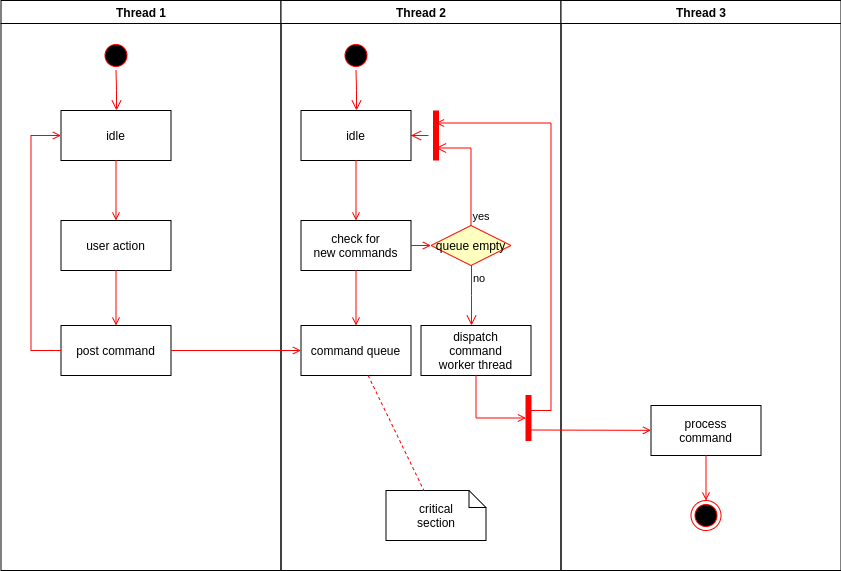
Above: Untitled Diagram.png in intererting/draw_io_backend (draw.io), before the change. Source tidied: cells renumbered, new cells last; positions are measured from the earlier drawing's top-left corner, leaving out a move shared by most shapes.
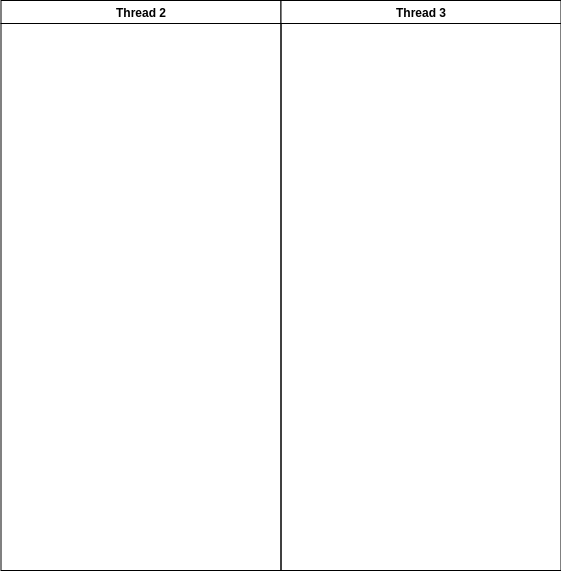
Above is the later version.

The edit, as a diff of the source:
```diff
@@ -2,129 +2,11 @@
   <root>
     <mxCell id="0" />
     <mxCell id="1" parent="0" />
-    <mxCell id="2" value="Thread 1" style="swimlane;whiteSpace=wrap;" parent="1" vertex="1">
-      <mxGeometry x="0.5" width="280" height="570" as="geometry" />
-    </mxCell>
-    <mxCell id="3" style="ellipse;shape=startState;fillColor=#000000;strokeColor=#ff0000;" parent="2" vertex="1">
-      <mxGeometry x="100" y="40" width="30" height="30" as="geometry" />
-    </mxCell>
-    <mxCell id="4" style="edgeStyle=elbowEdgeStyle;elbow=horizontal;verticalAlign=bottom;endArrow=open;endSize=8;strokeColor=#FF0000;endFill=1;rounded=0;" parent="2" edge="1" source="3" target="5">
-      <mxGeometry x="100" y="40" as="geometry" />
-    </mxCell>
-    <mxCell id="5" value="idle" parent="2" vertex="1">
-      <mxGeometry x="60" y="110" width="110" height="50" as="geometry" />
-    </mxCell>
-    <mxCell id="6" value="user action" parent="2" vertex="1">
-      <mxGeometry x="60" y="220" width="110" height="50" as="geometry" />
-    </mxCell>
-    <mxCell id="7" style="endArrow=open;strokeColor=#FF0000;endFill=1;rounded=0;" parent="2" edge="1" source="5" target="6">
-      <mxGeometry relative="1" as="geometry" />
-    </mxCell>
-    <mxCell id="8" value="post command" parent="2" vertex="1">
-      <mxGeometry x="60" y="325" width="110" height="50" as="geometry" />
-    </mxCell>
-    <mxCell id="9" style="endArrow=open;strokeColor=#FF0000;endFill=1;rounded=0;" parent="2" edge="1" source="6" target="8">
-      <mxGeometry relative="1" as="geometry" />
-    </mxCell>
-    <mxCell id="10" style="edgeStyle=elbowEdgeStyle;elbow=horizontal;strokeColor=#FF0000;endArrow=open;endFill=1;rounded=0;" parent="2" edge="1" source="8" target="5">
-      <mxGeometry relative="1" as="geometry">
-        <Array as="points">
-          <mxPoint x="30" y="250" />
-        </Array>
-      </mxGeometry>
-    </mxCell>
     <mxCell id="11" value="Thread 2" style="swimlane;whiteSpace=wrap;" parent="1" vertex="1">
       <mxGeometry x="280.5" width="280" height="570" as="geometry" />
     </mxCell>
-    <mxCell id="12" style="ellipse;shape=startState;fillColor=#000000;strokeColor=#ff0000;" parent="11" vertex="1">
-      <mxGeometry x="60" y="40" width="30" height="30" as="geometry" />
-    </mxCell>
-    <mxCell id="13" style="edgeStyle=elbowEdgeStyle;elbow=horizontal;verticalAlign=bottom;endArrow=open;endSize=8;strokeColor=#FF0000;endFill=1;rounded=0;" parent="11" edge="1" source="12" target="14">
-      <mxGeometry x="40" y="20" as="geometry" />
-    </mxCell>
-    <mxCell id="14" value="idle" parent="11" vertex="1">
-      <mxGeometry x="20" y="110" width="110" height="50" as="geometry" />
-    </mxCell>
-    <mxCell id="15" value="check for &#10;new commands" parent="11" vertex="1">
-      <mxGeometry x="20" y="220" width="110" height="50" as="geometry" />
-    </mxCell>
-    <mxCell id="16" style="endArrow=open;strokeColor=#FF0000;endFill=1;rounded=0;" parent="11" edge="1" source="14" target="15">
-      <mxGeometry relative="1" as="geometry" />
-    </mxCell>
-    <mxCell id="17" value="command queue" parent="11" vertex="1">
-      <mxGeometry x="20" y="325" width="110" height="50" as="geometry" />
-    </mxCell>
-    <mxCell id="18" style="endArrow=open;strokeColor=#FF0000;endFill=1;rounded=0;" parent="11" edge="1" source="15" target="17">
-      <mxGeometry relative="1" as="geometry" />
-    </mxCell>
-    <mxCell id="19" value="queue empty" style="rhombus;fillColor=#ffffc0;strokeColor=#ff0000;" parent="11" vertex="1">
-      <mxGeometry x="150" y="225" width="80" height="40" as="geometry" />
-    </mxCell>
-    <mxCell id="20" value="yes" style="edgeStyle=elbowEdgeStyle;elbow=horizontal;align=left;verticalAlign=bottom;endArrow=open;endSize=8;strokeColor=#FF0000;exitX=0.5;exitY=0;endFill=1;rounded=0;entryX=0.75;entryY=0.5;entryPerimeter=0;" parent="11" edge="1" source="19" target="23">
-      <mxGeometry x="-1" relative="1" as="geometry">
-        <Array as="points">
-          <mxPoint x="190" y="180" />
-        </Array>
-      </mxGeometry>
-    </mxCell>
-    <mxCell id="21" value="no" style="edgeStyle=elbowEdgeStyle;elbow=horizontal;align=left;verticalAlign=top;endArrow=open;endSize=8;strokeColor=#FF0000;endFill=1;rounded=0;" parent="11" edge="1" source="19" target="25">
-      <mxGeometry x="-1" relative="1" as="geometry" />
-    </mxCell>
-    <mxCell id="22" style="endArrow=open;strokeColor=#FF0000;endFill=1;rounded=0;" parent="11" edge="1" source="15" target="19">
-      <mxGeometry relative="1" as="geometry" />
-    </mxCell>
-    <mxCell id="23" style="shape=line;strokeWidth=6;strokeColor=#ff0000;rotation=90;" parent="11" vertex="1">
-      <mxGeometry x="130" y="127.5" width="50" height="15" as="geometry" />
-    </mxCell>
-    <mxCell id="24" style="edgeStyle=elbowEdgeStyle;elbow=horizontal;verticalAlign=bottom;endArrow=open;endSize=8;strokeColor=#FF0000;endFill=1;rounded=0;" parent="11" edge="1" source="23" target="14">
-      <mxGeometry x="130" y="90" as="geometry" />
-    </mxCell>
-    <mxCell id="25" value="dispatch&#10;command&#10;worker thread" parent="11" vertex="1">
-      <mxGeometry x="140" y="325" width="110" height="50" as="geometry" />
-    </mxCell>
-    <mxCell id="26" value="critical&#10;section" style="shape=note;whiteSpace=wrap;size=17;" parent="11" vertex="1">
-      <mxGeometry x="105" y="490" width="100" height="50" as="geometry" />
-    </mxCell>
-    <mxCell id="27" style="endArrow=none;strokeColor=#FF0000;endFill=0;rounded=0;dashed=1;" parent="11" edge="1" source="17" target="26">
-      <mxGeometry relative="1" as="geometry" />
-    </mxCell>
-    <mxCell id="28" style="whiteSpace=wrap;strokeColor=#FF0000;fillColor=#FF0000;" parent="11" vertex="1">
-      <mxGeometry x="245" y="395" width="5" height="45" as="geometry" />
-    </mxCell>
-    <mxCell id="29" style="edgeStyle=elbowEdgeStyle;elbow=horizontal;entryX=0;entryY=0.5;strokeColor=#FF0000;endArrow=open;endFill=1;rounded=0;" parent="11" edge="1" source="25" target="28">
-      <mxGeometry relative="1" as="geometry">
-        <Array as="points">
-          <mxPoint x="195" y="400" />
-        </Array>
-      </mxGeometry>
-    </mxCell>
     <mxCell id="30" value="Thread 3" style="swimlane;whiteSpace=wrap;" parent="1" vertex="1">
       <mxGeometry x="560.5" width="280" height="570" as="geometry" />
     </mxCell>
-    <mxCell id="31" value="process&#10;command" parent="30" vertex="1">
-      <mxGeometry x="90" y="405" width="110" height="50" as="geometry" />
-    </mxCell>
-    <mxCell id="32" style="edgeStyle=elbowEdgeStyle;elbow=horizontal;strokeColor=#FF0000;endArrow=open;endFill=1;rounded=0;entryX=0.25;entryY=0.5;entryPerimeter=0;" parent="30" edge="1" target="23">
-      <mxGeometry relative="1" as="geometry">
-        <mxPoint x="-30" y="410" as="sourcePoint" />
-        <Array as="points">
-          <mxPoint x="-10" y="135" />
-        </Array>
-      </mxGeometry>
-    </mxCell>
-    <mxCell id="33" style="edgeStyle=none;strokeColor=#FF0000;endArrow=open;endFill=1;rounded=0;" parent="30" edge="1" target="31">
-      <mxGeometry relative="1" as="geometry">
-        <mxPoint x="-30" y="429.5" as="sourcePoint" />
-      </mxGeometry>
-    </mxCell>
-    <mxCell id="34" style="ellipse;shape=endState;fillColor=#000000;strokeColor=#ff0000;" parent="30" vertex="1">
-      <mxGeometry x="130" y="500" width="30" height="30" as="geometry" />
-    </mxCell>
-    <mxCell id="35" style="endArrow=open;strokeColor=#FF0000;endFill=1;rounded=0;" parent="30" edge="1" source="31" target="34">
-      <mxGeometry relative="1" as="geometry" />
-    </mxCell>
-    <mxCell id="36" style="endArrow=open;strokeColor=#FF0000;endFill=1;rounded=0;" parent="1" edge="1" source="8" target="17">
-      <mxGeometry relative="1" as="geometry" />
-    </mxCell>
   </root>
 </mxGraphModel>
```
